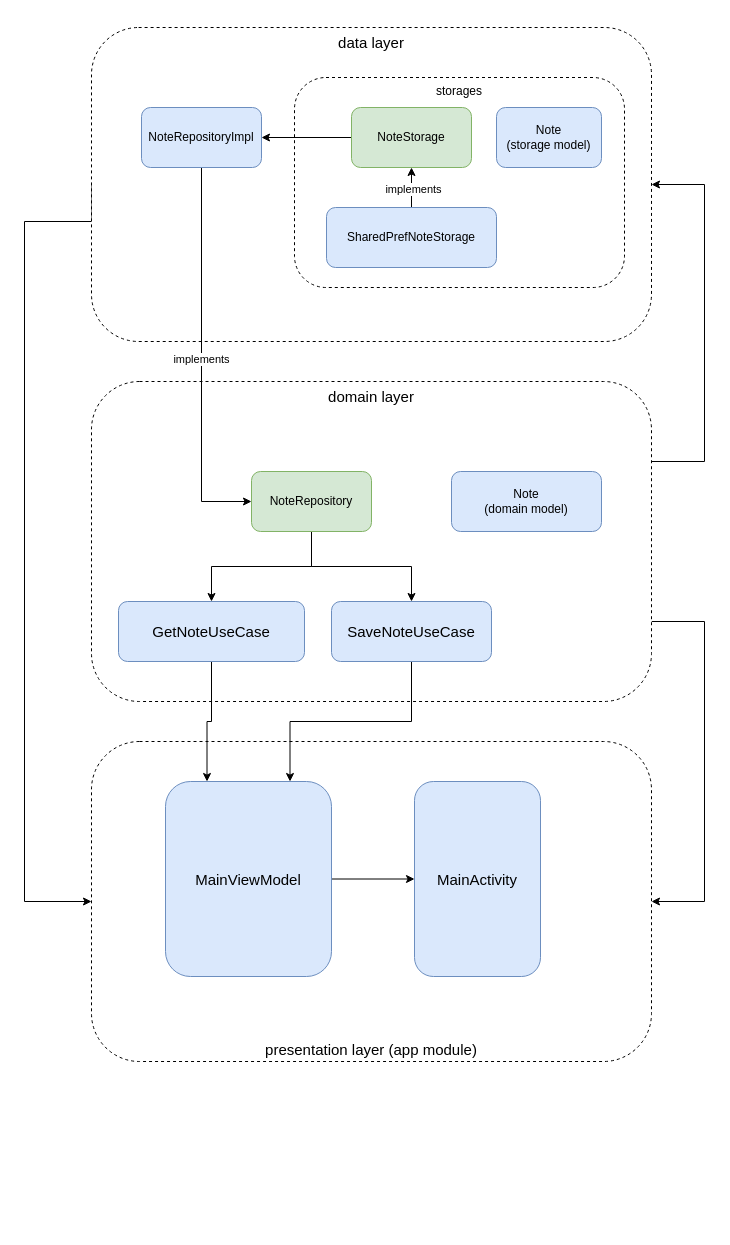
The draw.io diagram architecture diagram.drawio in vlatrof/android-clean-architecture-demo, before the edit. Source tidied: cells renumbered, new cells numbered last; positions are measured from the earlier drawing's top-left corner, leaving out a move shared by most shapes. Both pictures are drawn from the tidied source at 100%, with x=0, y=0 at pixel (24, 27).
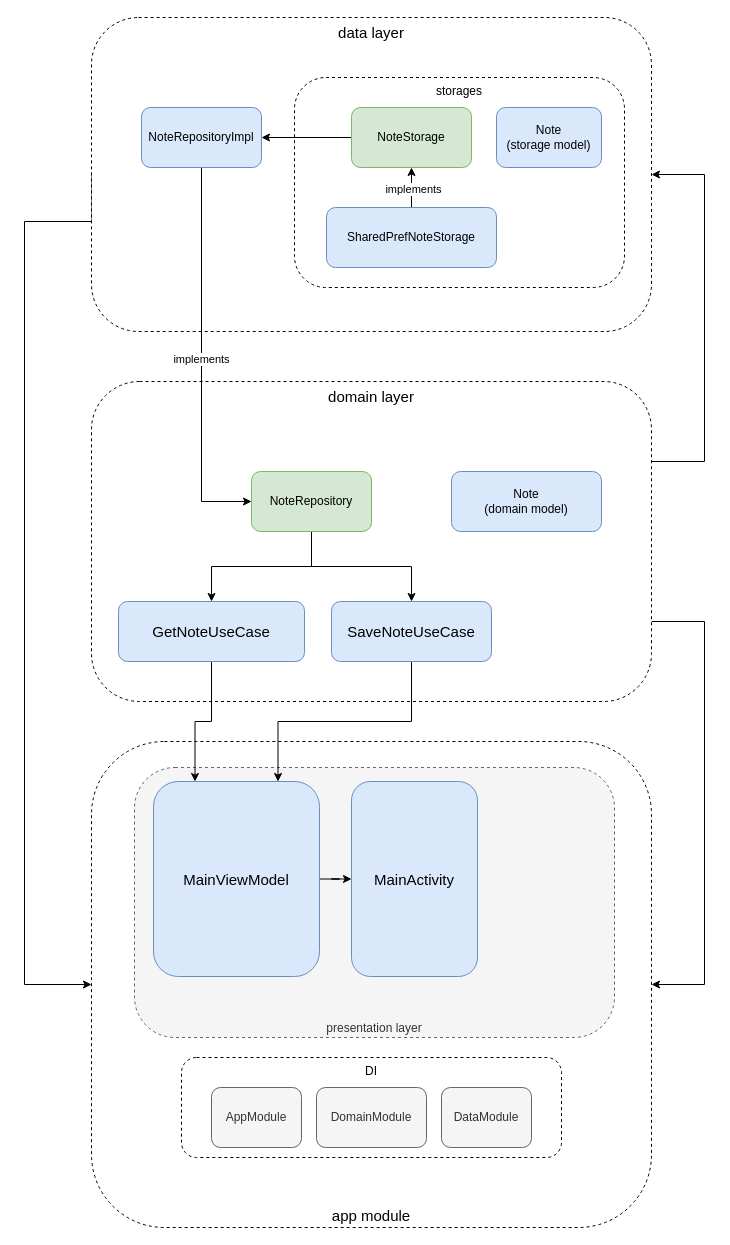
The same page after the edit.

The change refers to these unchanged cells:
```xml
<mxCell id="6" value="domain layer" style="rounded=1;whiteSpace=wrap;html=1;verticalAlign=top;fontSize=15;dashed=1;" parent="1" vertex="1">
  <mxGeometry x="67" y="354" width="560" height="320" as="geometry" />
</mxCell>
```

Diff of the diagram source:
```diff
@@
+    <mxCell id="7" value="app module" style="rounded=1;whiteSpace=wrap;html=1;verticalAlign=bottom;fontSize=15;dashed=1;" parent="1" vertex="1">
+      <mxGeometry x="67" y="714" width="560" height="486" as="geometry" />
+    </mxCell>
+    <mxCell id="28" value="presentation layer" style="rounded=1;whiteSpace=wrap;html=1;dashed=1;align=center;verticalAlign=bottom;fillColor=#f5f5f5;fontColor=#333333;strokeColor=#666666;" parent="1" vertex="1">
+      <mxGeometry x="110" y="740" width="480" height="270" as="geometry" />
+    </mxCell>
     <mxCell id="2" style="edgeStyle=orthogonalEdgeStyle;rounded=0;jettySize=auto;html=1;exitX=0;exitY=0.5;exitDx=0;exitDy=0;entryX=0;entryY=0.5;entryDx=0;entryDy=0;fontSize=15;" parent="1" edge="1" source="3" target="7">
       <mxGeometry relative="1" as="geometry">
         <Array as="points">
+          <mxPoint x="67" y="194" />
           <mxPoint y="194" />
-          <mxPoint y="874" />
+          <mxPoint y="957" />
         </Array>
       </mxGeometry>
     </mxCell>
     <mxCell id="3" value="data layer" style="rounded=1;whiteSpace=wrap;html=1;verticalAlign=top;fontSize=15;dashed=1;" parent="1" vertex="1">
-      <mxGeometry x="67" width="560" height="314" as="geometry" />
+      <mxGeometry x="67" y="-10" width="560" height="314" as="geometry" />
     </mxCell>
     <mxCell id="4" style="edgeStyle=orthogonalEdgeStyle;rounded=0;jettySize=auto;html=1;entryX=1;entryY=0.5;entryDx=0;entryDy=0;fontSize=15;exitX=1;exitY=0.75;exitDx=0;exitDy=0;" parent="1" edge="1" source="6" target="7">
       <mxGeometry relative="1" as="geometry">
         <Array as="points">
           <mxPoint x="680" y="594" />
-          <mxPoint x="680" y="874" />
+          <mxPoint x="680" y="957" />
         </Array>
       </mxGeometry>
     </mxCell>
     <mxCell id="5" style="edgeStyle=orthogonalEdgeStyle;rounded=0;jettySize=auto;html=1;exitX=1;exitY=0.25;exitDx=0;exitDy=0;entryX=1;entryY=0.5;entryDx=0;entryDy=0;fontSize=15;" parent="1" edge="1" source="6" target="3">
       <mxGeometry relative="1" as="geometry">
         <Array as="points">
           <mxPoint x="680" y="434" />
-          <mxPoint x="680" y="157" />
+          <mxPoint x="680" y="147" />
         </Array>
       </mxGeometry>
     </mxCell>
@@
-    <mxCell id="7" value="presentation layer (app module)" style="rounded=1;whiteSpace=wrap;html=1;verticalAlign=bottom;fontSize=15;dashed=1;" parent="1" vertex="1">
-      <mxGeometry x="67" y="714" width="560" height="320" as="geometry" />
-    </mxCell>
@@
     <mxCell id="9" value="MainViewModel" style="rounded=1;whiteSpace=wrap;html=1;fontSize=15;fillColor=#dae8fc;strokeColor=#6c8ebf;" parent="1" vertex="1">
-      <mxGeometry x="141" y="754" width="166" height="195" as="geometry" />
+      <mxGeometry x="129" y="754" width="166" height="195" as="geometry" />
     </mxCell>
@@
     <mxCell id="27" value="MainActivity" style="rounded=1;whiteSpace=wrap;html=1;fontSize=15;fillColor=#dae8fc;strokeColor=#6c8ebf;" parent="1" vertex="1">
-      <mxGeometry x="390" y="754" width="126" height="195" as="geometry" />
+      <mxGeometry x="327" y="754" width="126" height="195" as="geometry" />
     </mxCell>
+    <mxCell id="29" value="DI" style="rounded=1;whiteSpace=wrap;html=1;dashed=1;align=center;verticalAlign=top;" parent="1" vertex="1">
+      <mxGeometry x="157" y="1030" width="380" height="100" as="geometry" />
+    </mxCell>
+    <mxCell id="30" value="AppModule" style="rounded=1;whiteSpace=wrap;html=1;strokeColor=#666666;fillColor=#f5f5f5;fontColor=#333333;" parent="1" vertex="1">
+      <mxGeometry x="187" y="1060" width="90" height="60" as="geometry" />
+    </mxCell>
+    <mxCell id="31" value="DomainModule" style="rounded=1;whiteSpace=wrap;html=1;strokeColor=#666666;fillColor=#f5f5f5;fontColor=#333333;" parent="1" vertex="1">
+      <mxGeometry x="292" y="1060" width="110" height="60" as="geometry" />
+    </mxCell>
+    <mxCell id="32" value="DataModule" style="rounded=1;whiteSpace=wrap;html=1;strokeColor=#666666;fillColor=#f5f5f5;fontColor=#333333;" parent="1" vertex="1">
+      <mxGeometry x="417" y="1060" width="90" height="60" as="geometry" />
+    </mxCell>
```
